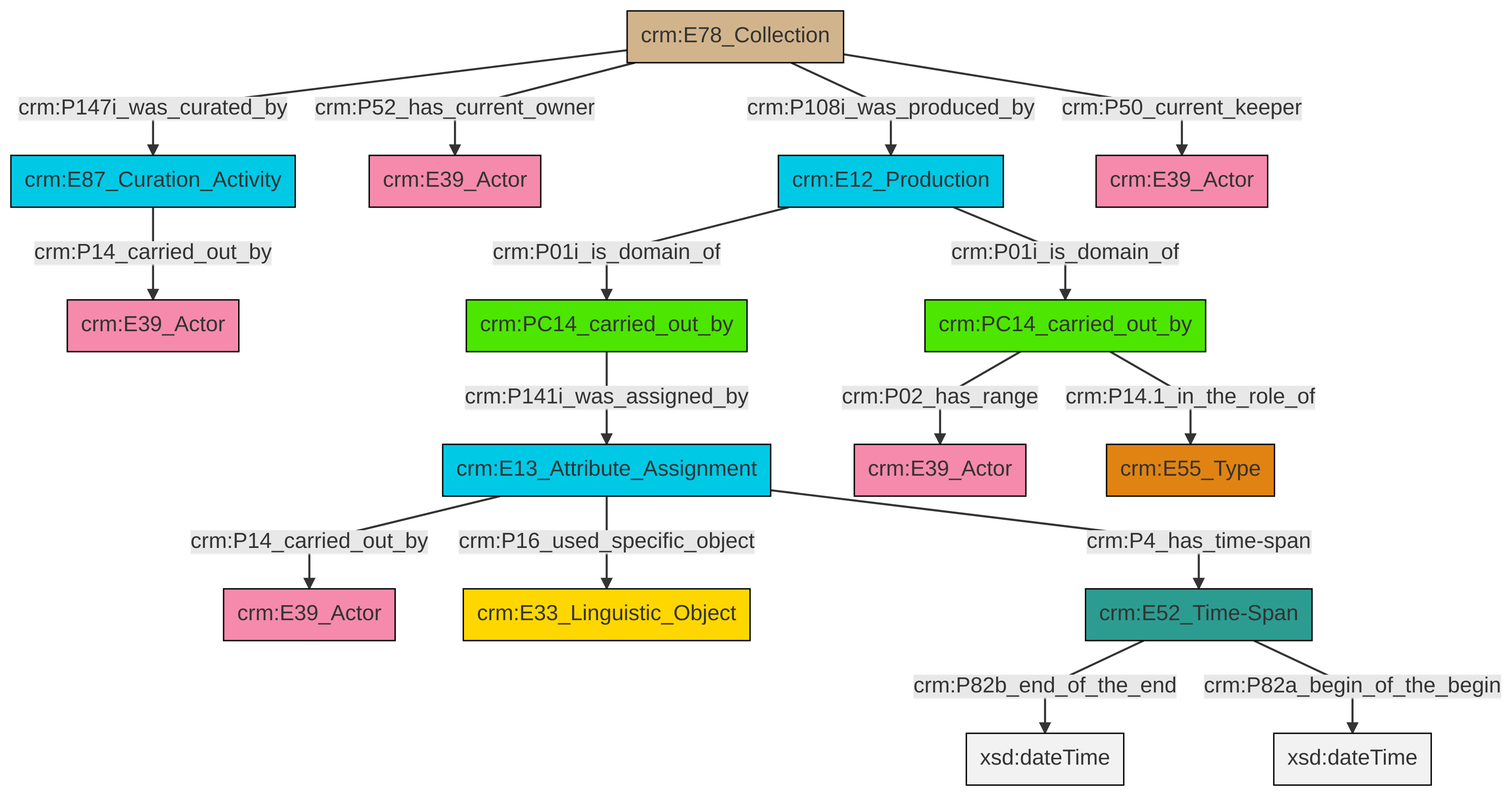
This is et/archivalCSV/ttl/mmd/png/archival_relation.png from swiss-art-research-net/docs.swissartresearch, a Mermaid export, as it was before one commit. Its source is kept beside it as et/archivalCSV/ttl/mmd/archival_relation.ttl.mmd.
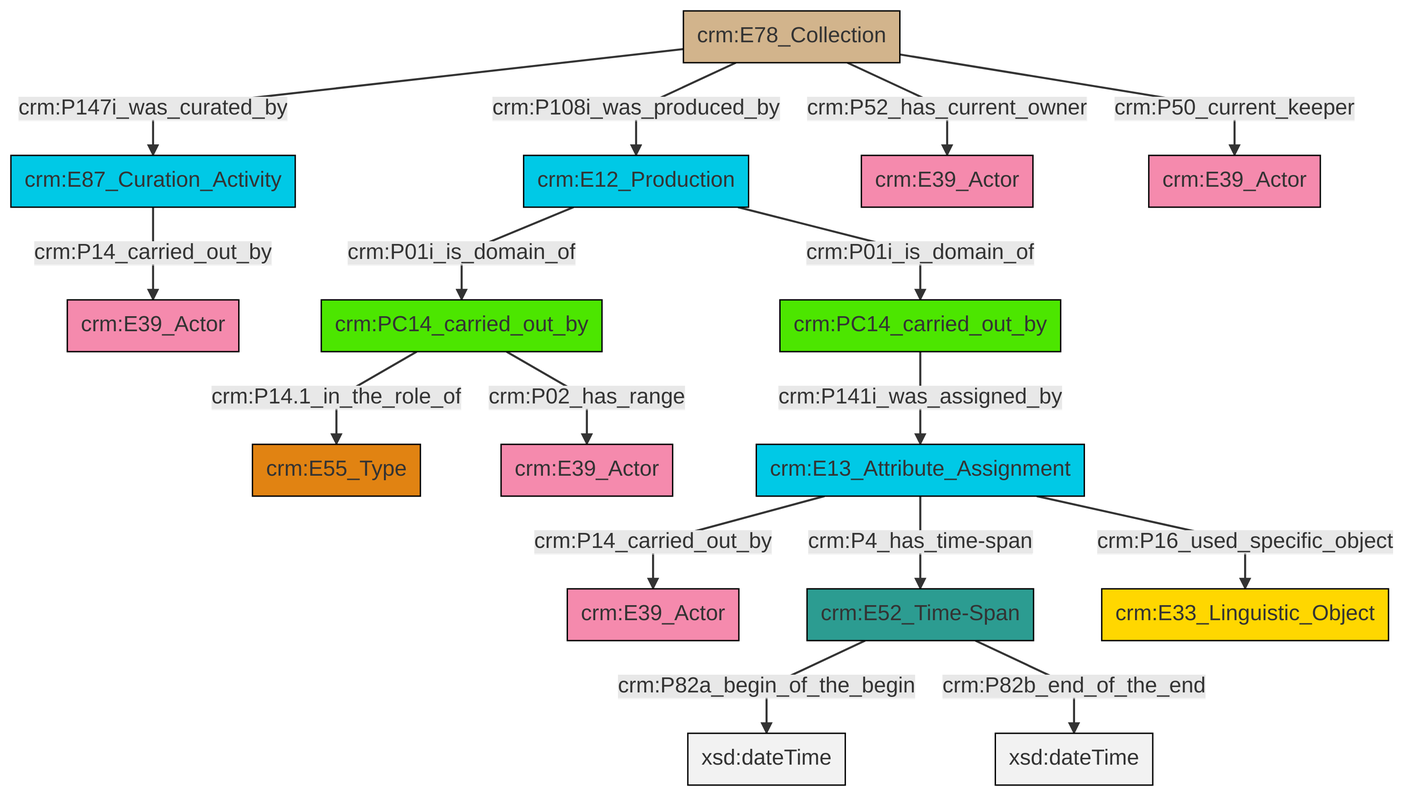
The same file after the commit.

Change to the diagram source:
```diff
@@ -13,18 +13,18 @@
 classDef PC_Classes fill:#4ce600, stroke:#000000;
 classDef Multi fill:#cccccc,stroke:#000000;
 
-0["crm:E13_Attribute_Assignment"]:::Temporal_Entity -->|crm:P14_carried_out_by| 1["crm:E39_Actor"]:::Actor
-2["crm:E87_Curation_Activity"]:::Temporal_Entity -->|crm:P14_carried_out_by| 3["crm:E39_Actor"]:::Actor
-0["crm:E13_Attribute_Assignment"]:::Temporal_Entity -->|crm:P16_used_specific_object| 6["crm:E33_Linguistic_Object"]:::Conceptual_Object
-11["crm:E78_Collection"]:::Physical_Thing -->|crm:P108i_was_produced_by| 12["crm:E12_Production"]:::Temporal_Entity
-0["crm:E13_Attribute_Assignment"]:::Temporal_Entity -->|crm:P4_has_time-span| 13["crm:E52_Time-Span"]:::Time-Span
-13["crm:E52_Time-Span"]:::Time-Span -->|crm:P82b_end_of_the_end| 14[xsd:dateTime]:::Literal
-15["crm:PC14_carried_out_by"]:::PC_Classes -->|crm:P141i_was_assigned_by| 0["crm:E13_Attribute_Assignment"]:::Temporal_Entity
-12["crm:E12_Production"]:::Temporal_Entity -->|crm:P01i_is_domain_of| 16["crm:PC14_carried_out_by"]:::PC_Classes
-16["crm:PC14_carried_out_by"]:::PC_Classes -->|crm:P14.1_in_the_role_of| 17["crm:E55_Type"]:::Type
-11["crm:E78_Collection"]:::Physical_Thing -->|crm:P50_current_keeper| 19["crm:E39_Actor"]:::Actor
-12["crm:E12_Production"]:::Temporal_Entity -->|crm:P01i_is_domain_of| 15["crm:PC14_carried_out_by"]:::PC_Classes
-11["crm:E78_Collection"]:::Physical_Thing -->|crm:P147i_was_curated_by| 2["crm:E87_Curation_Activity"]:::Temporal_Entity
-13["crm:E52_Time-Span"]:::Time-Span -->|crm:P82a_begin_of_the_begin| 27[xsd:dateTime]:::Literal
-16["crm:PC14_carried_out_by"]:::PC_Classes -->|crm:P02_has_range| 8["crm:E39_Actor"]:::Actor
-11["crm:E78_Collection"]:::Physical_Thing -->|crm:P52_has_current_owner| 4["crm:E39_Actor"]:::Actor
+6["crm:E52_Time-Span"]:::Time-Span -->|crm:P82a_begin_of_the_begin| 7[xsd:dateTime]:::Literal
+8["crm:E78_Collection"]:::Physical_Thing -->|crm:P147i_was_curated_by| 9["crm:E87_Curation_Activity"]:::Temporal_Entity
+6["crm:E52_Time-Span"]:::Time-Span -->|crm:P82b_end_of_the_end| 12[xsd:dateTime]:::Literal
+4["crm:E12_Production"]:::Temporal_Entity -->|crm:P01i_is_domain_of| 15["crm:PC14_carried_out_by"]:::PC_Classes
+17["crm:E13_Attribute_Assignment"]:::Temporal_Entity -->|crm:P14_carried_out_by| 18["crm:E39_Actor"]:::Actor
+15["crm:PC14_carried_out_by"]:::PC_Classes -->|crm:P14.1_in_the_role_of| 13["crm:E55_Type"]:::Type
+8["crm:E78_Collection"]:::Physical_Thing -->|crm:P108i_was_produced_by| 4["crm:E12_Production"]:::Temporal_Entity
+17["crm:E13_Attribute_Assignment"]:::Temporal_Entity -->|crm:P4_has_time-span| 6["crm:E52_Time-Span"]:::Time-Span
+8["crm:E78_Collection"]:::Physical_Thing -->|crm:P52_has_current_owner| 0["crm:E39_Actor"]:::Actor
+15["crm:PC14_carried_out_by"]:::PC_Classes -->|crm:P02_has_range| 22["crm:E39_Actor"]:::Actor
+9["crm:E87_Curation_Activity"]:::Temporal_Entity -->|crm:P14_carried_out_by| 10["crm:E39_Actor"]:::Actor
+17["crm:E13_Attribute_Assignment"]:::Temporal_Entity -->|crm:P16_used_specific_object| 19["crm:E33_Linguistic_Object"]:::Conceptual_Object
+4["crm:E12_Production"]:::Temporal_Entity -->|crm:P01i_is_domain_of| 27["crm:PC14_carried_out_by"]:::PC_Classes
+8["crm:E78_Collection"]:::Physical_Thing -->|crm:P50_current_keeper| 2["crm:E39_Actor"]:::Actor
+27["crm:PC14_carried_out_by"]:::PC_Classes -->|crm:P141i_was_assigned_by| 17["crm:E13_Attribute_Assignment"]:::Temporal_Entity
```
